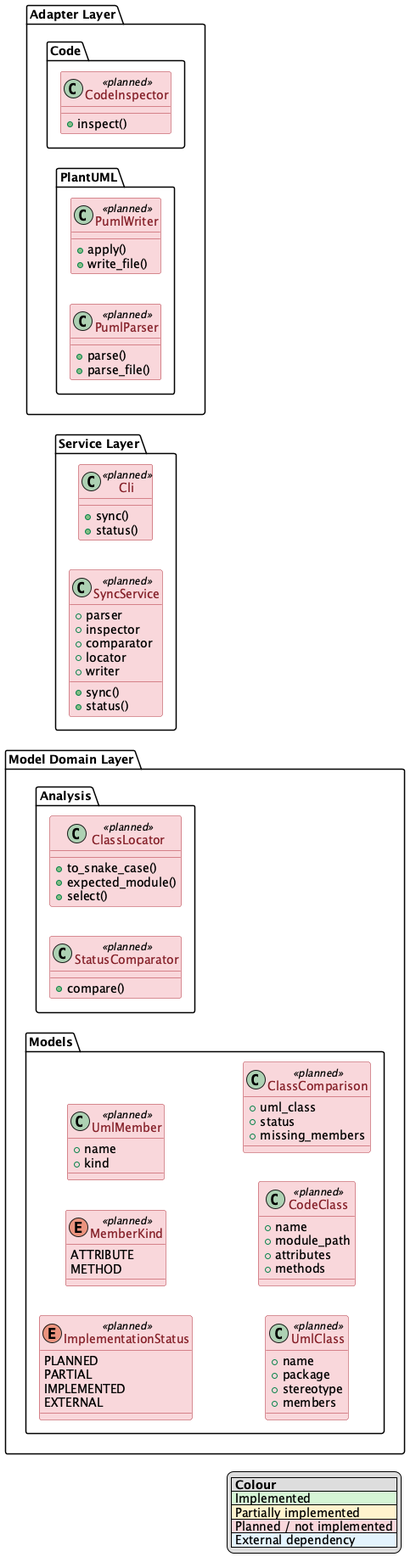
This is docs/class.png from GuilhermeCosta-Ferreira/ClassyPython, a PlantUML export, as it was before one commit.
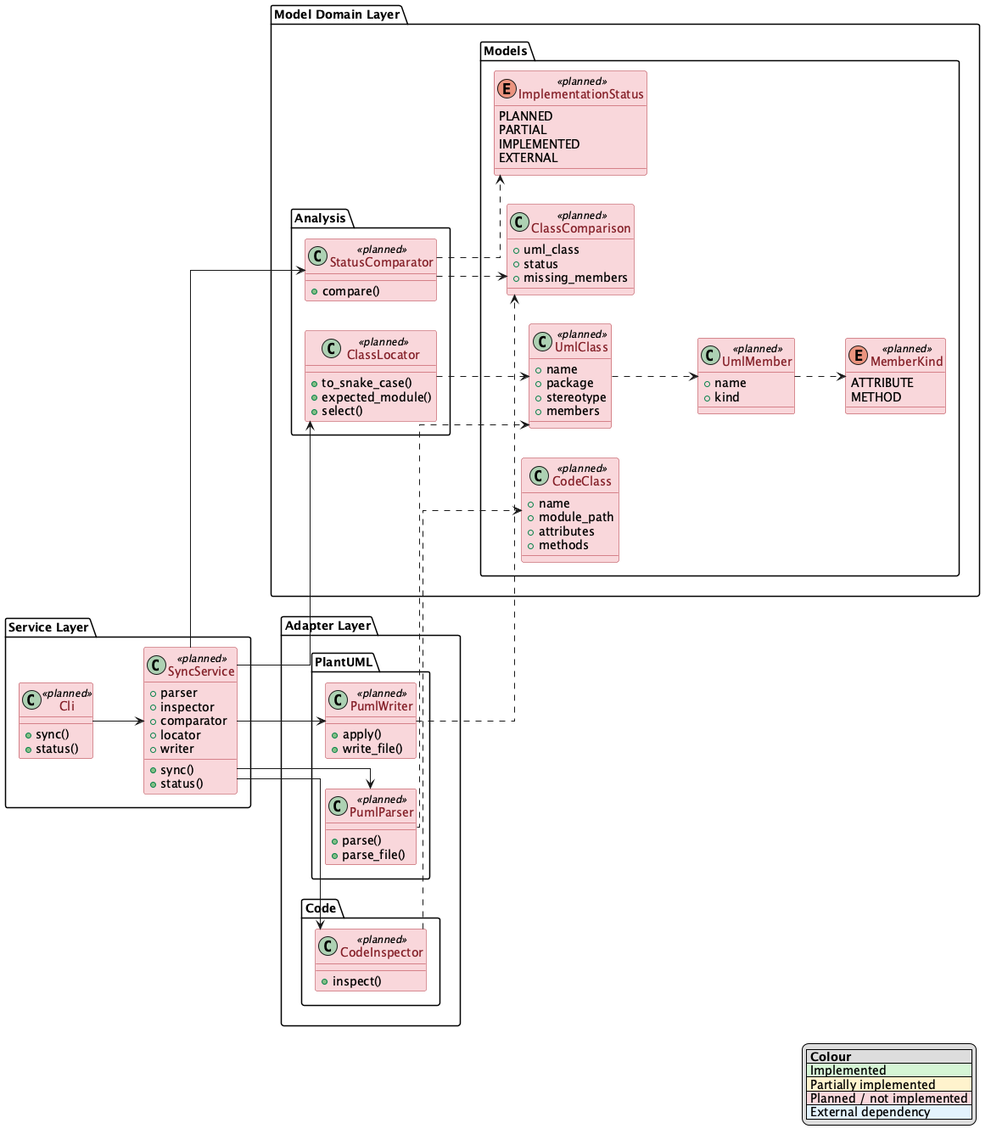
Later version of the same file.

What changed in the source:
```diff
@@ -47,6 +47,7 @@
         +sync()
         +status()
     }
+    Cli --> SyncService
 }
 
 
@@ -72,6 +73,7 @@
             +name
             +kind
         }
+        UmlMember ..> MemberKind
 
 
         class UmlClass <<planned>> {
@@ -80,6 +82,7 @@
             +stereotype
             +members
         }
+        UmlClass ..> UmlMember
 
 
         class CodeClass <<planned>> {
@@ -101,12 +104,15 @@
         class StatusComparator <<planned>> {
             +compare()
         }
+        StatusComparator ..> ClassComparison
+        StatusComparator ..> ImplementationStatus
 
         class ClassLocator <<planned>> {
             +to_snake_case()
             +expected_module()
             +select()
         }
+        ClassLocator ..> UmlClass
     }
 }
 
@@ -120,11 +126,13 @@
             +parse()
             +parse_file()
         }
+        PumlParser ..> UmlClass
 
         class PumlWriter <<planned>> {
             +apply()
             +write_file()
         }
+        PumlWriter ..> ClassComparison
     }
 
     package "Code" {
@@ -132,24 +140,16 @@
         class CodeInspector <<planned>> {
             +inspect()
         }
+        CodeInspector ..> CodeClass
     }
 }
 
 
 
-!if ($SHOW_DEPENDENCIES == 1)
-Cli --> SyncService
 SyncService --> PumlParser
 SyncService --> CodeInspector
 SyncService --> StatusComparator
 SyncService --> ClassLocator
 SyncService --> PumlWriter
-PumlParser ..> UmlClass
-CodeInspector ..> CodeClass
-StatusComparator ..> ClassComparison
-StatusComparator ..> ImplementationStatus
-UmlClass ..> UmlMember
-UmlMember ..> MemberKind
-!endif
 
 @enduml
```
